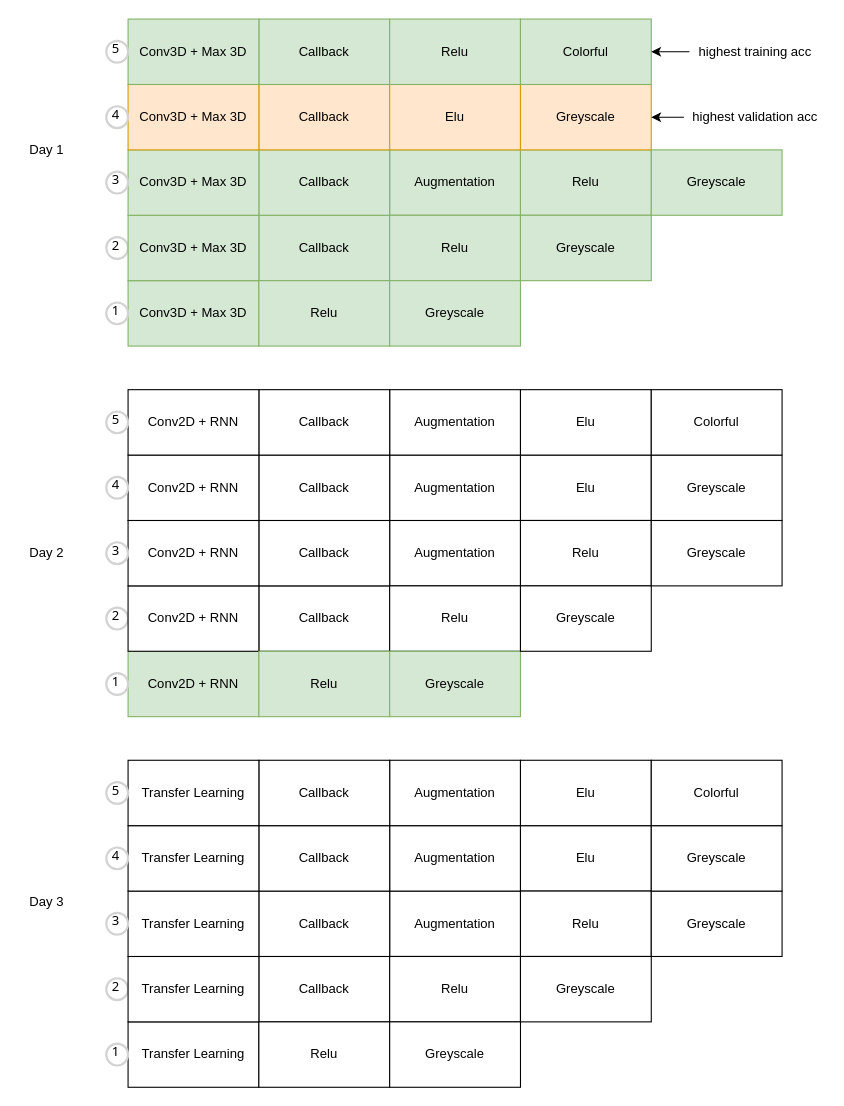
This is progress.drawio from Gaahou/MMAI-894-Team-College, a draw.io file, before an edit. Source tidied: cells renumbered, new cells numbered last; positions are measured from the earlier drawing's top-left corner, leaving out a move shared by most shapes. Both pictures are drawn from the tidied source at 109%, with x=0, y=0 at pixel (19, 19).
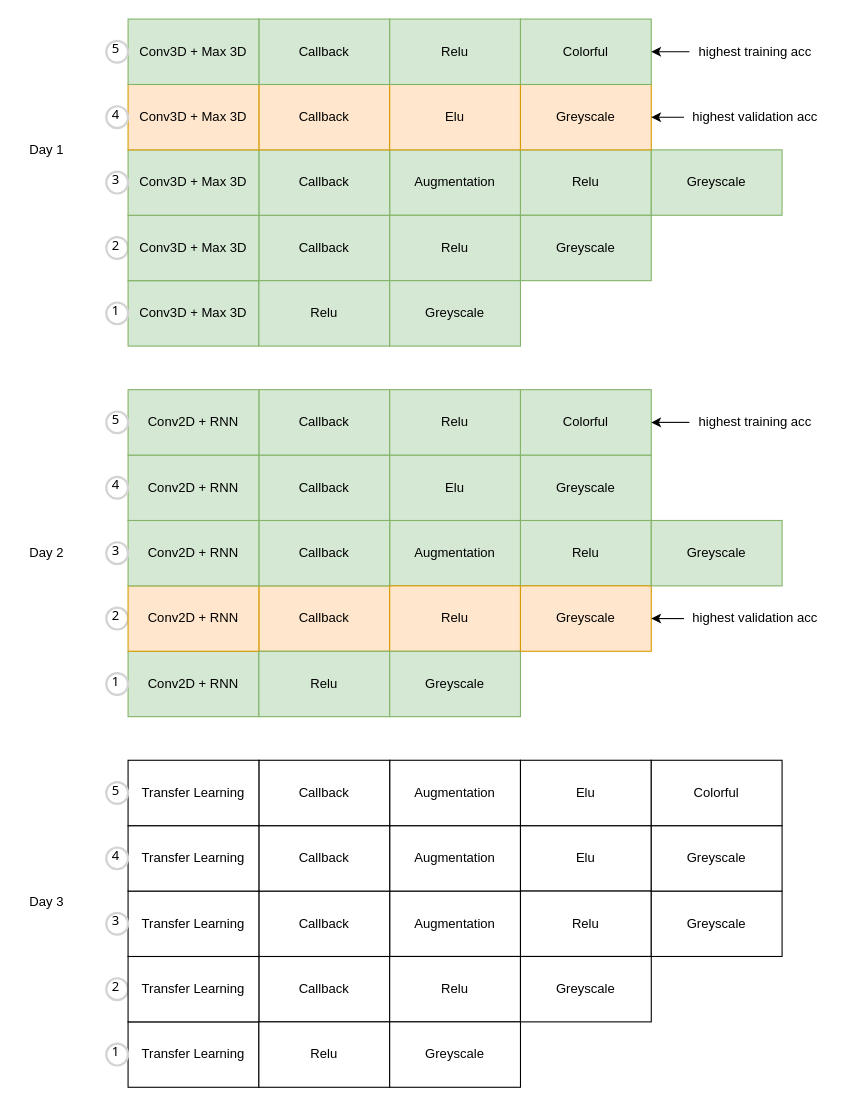
The same diagram, later.

Change to the diagram source:
```diff
@@
-    <mxCell id="28" value="Callback" style="rounded=0;whiteSpace=wrap;html=1;" parent="1" vertex="1">
+    <mxCell id="28" value="Callback" style="rounded=0;whiteSpace=wrap;html=1;fillColor=#ffe6cc;strokeColor=#d79b00;" parent="1" vertex="1">
       <mxGeometry x="220" y="520" width="120" height="60" as="geometry" />
     </mxCell>
-    <mxCell id="29" value="Augmentation" style="rounded=0;whiteSpace=wrap;html=1;" parent="1" vertex="1">
+    <mxCell id="29" value="Augmentation" style="rounded=0;whiteSpace=wrap;html=1;fillColor=#d5e8d4;strokeColor=#82b366;" parent="1" vertex="1">
       <mxGeometry x="340" y="460" width="120" height="60" as="geometry" />
     </mxCell>
-    <mxCell id="30" value="Callback" style="rounded=0;whiteSpace=wrap;html=1;" parent="1" vertex="1">
+    <mxCell id="30" value="Callback" style="rounded=0;whiteSpace=wrap;html=1;fillColor=#d5e8d4;strokeColor=#82b366;" parent="1" vertex="1">
       <mxGeometry x="220" y="460" width="120" height="60" as="geometry" />
     </mxCell>
@@
-    <mxCell id="33" value="Conv2D + RNN" style="rounded=0;whiteSpace=wrap;html=1;" parent="1" vertex="1">
+    <mxCell id="33" value="Conv2D + RNN" style="rounded=0;whiteSpace=wrap;html=1;fillColor=#ffe6cc;strokeColor=#d79b00;" parent="1" vertex="1">
       <mxGeometry x="100" y="520" width="120" height="60" as="geometry" />
     </mxCell>
-    <mxCell id="34" value="Conv2D + RNN" style="rounded=0;whiteSpace=wrap;html=1;" parent="1" vertex="1">
+    <mxCell id="34" value="Conv2D + RNN" style="rounded=0;whiteSpace=wrap;html=1;fillColor=#d5e8d4;strokeColor=#82b366;" parent="1" vertex="1">
       <mxGeometry x="100" y="460" width="120" height="60" as="geometry" />
     </mxCell>
@@
-    <mxCell id="36" value="Augmentation" style="rounded=0;whiteSpace=wrap;html=1;" parent="1" vertex="1">
-      <mxGeometry x="340" y="400" width="120" height="60" as="geometry" />
-    </mxCell>
-    <mxCell id="37" value="Callback" style="rounded=0;whiteSpace=wrap;html=1;" parent="1" vertex="1">
+    <mxCell id="37" value="Callback" style="rounded=0;whiteSpace=wrap;html=1;fillColor=#d5e8d4;strokeColor=#82b366;" parent="1" vertex="1">
       <mxGeometry x="220" y="400" width="120" height="60" as="geometry" />
     </mxCell>
-    <mxCell id="38" value="Conv2D + RNN" style="rounded=0;whiteSpace=wrap;html=1;" parent="1" vertex="1">
+    <mxCell id="38" value="Conv2D + RNN" style="rounded=0;whiteSpace=wrap;html=1;fillColor=#d5e8d4;strokeColor=#82b366;" parent="1" vertex="1">
       <mxGeometry x="100" y="400" width="120" height="60" as="geometry" />
     </mxCell>
-    <mxCell id="39" value="Elu" style="rounded=0;whiteSpace=wrap;html=1;" parent="1" vertex="1">
-      <mxGeometry x="460" y="400" width="120" height="60" as="geometry" />
+    <mxCell id="39" value="Elu" style="rounded=0;whiteSpace=wrap;html=1;fillColor=#d5e8d4;strokeColor=#82b366;" parent="1" vertex="1">
+      <mxGeometry x="340" y="400" width="120" height="60" as="geometry" />
     </mxCell>
@@
-    <mxCell id="41" value="Relu" style="rounded=0;whiteSpace=wrap;html=1;" parent="1" vertex="1">
+    <mxCell id="41" value="Relu" style="rounded=0;whiteSpace=wrap;html=1;fillColor=#ffe6cc;strokeColor=#d79b00;" parent="1" vertex="1">
       <mxGeometry x="340" y="520" width="120" height="60" as="geometry" />
     </mxCell>
-    <mxCell id="42" value="Relu" style="rounded=0;whiteSpace=wrap;html=1;" parent="1" vertex="1">
+    <mxCell id="42" value="Relu" style="rounded=0;whiteSpace=wrap;html=1;fillColor=#d5e8d4;strokeColor=#82b366;" parent="1" vertex="1">
       <mxGeometry x="460" y="460" width="120" height="60" as="geometry" />
     </mxCell>
@@
-    <mxCell id="45" value="Greyscale" style="rounded=0;whiteSpace=wrap;html=1;" parent="1" vertex="1">
+    <mxCell id="45" value="Greyscale" style="rounded=0;whiteSpace=wrap;html=1;fillColor=#ffe6cc;strokeColor=#d79b00;" parent="1" vertex="1">
       <mxGeometry x="460" y="520" width="120" height="60" as="geometry" />
     </mxCell>
-    <mxCell id="46" value="Greyscale" style="rounded=0;whiteSpace=wrap;html=1;" parent="1" vertex="1">
+    <mxCell id="46" value="Greyscale" style="rounded=0;whiteSpace=wrap;html=1;fillColor=#d5e8d4;strokeColor=#82b366;" parent="1" vertex="1">
       <mxGeometry x="580" y="460" width="120" height="60" as="geometry" />
     </mxCell>
-    <mxCell id="47" value="Greyscale" style="rounded=0;whiteSpace=wrap;html=1;" parent="1" vertex="1">
-      <mxGeometry x="580" y="400" width="120" height="60" as="geometry" />
+    <mxCell id="47" value="Greyscale" style="rounded=0;whiteSpace=wrap;html=1;fillColor=#d5e8d4;strokeColor=#82b366;" parent="1" vertex="1">
+      <mxGeometry x="460" y="400" width="120" height="60" as="geometry" />
     </mxCell>
-    <mxCell id="48" value="Augmentation" style="rounded=0;whiteSpace=wrap;html=1;" parent="1" vertex="1">
-      <mxGeometry x="340" y="340" width="120" height="60" as="geometry" />
-    </mxCell>
-    <mxCell id="49" value="Callback" style="rounded=0;whiteSpace=wrap;html=1;" parent="1" vertex="1">
+    <mxCell id="49" value="Callback" style="rounded=0;whiteSpace=wrap;html=1;fillColor=#d5e8d4;strokeColor=#82b366;" parent="1" vertex="1">
       <mxGeometry x="220" y="340" width="120" height="60" as="geometry" />
     </mxCell>
-    <mxCell id="50" value="Conv2D + RNN" style="rounded=0;whiteSpace=wrap;html=1;" parent="1" vertex="1">
+    <mxCell id="50" value="Conv2D + RNN" style="rounded=0;whiteSpace=wrap;html=1;fillColor=#d5e8d4;strokeColor=#82b366;" parent="1" vertex="1">
       <mxGeometry x="100" y="340" width="120" height="60" as="geometry" />
     </mxCell>
-    <mxCell id="51" value="Elu" style="rounded=0;whiteSpace=wrap;html=1;" parent="1" vertex="1">
-      <mxGeometry x="460" y="340" width="120" height="60" as="geometry" />
+    <mxCell id="51" value="Relu" style="rounded=0;whiteSpace=wrap;html=1;fillColor=#d5e8d4;strokeColor=#82b366;" parent="1" vertex="1">
+      <mxGeometry x="340" y="340" width="120" height="60" as="geometry" />
     </mxCell>
-    <mxCell id="52" value="Colorful" style="rounded=0;whiteSpace=wrap;html=1;" parent="1" vertex="1">
-      <mxGeometry x="580" y="340" width="120" height="60" as="geometry" />
+    <mxCell id="52" value="Colorful" style="rounded=0;whiteSpace=wrap;html=1;fillColor=#d5e8d4;strokeColor=#82b366;" parent="1" vertex="1">
+      <mxGeometry x="460" y="340" width="120" height="60" as="geometry" />
     </mxCell>
@@
+    <mxCell id="88" style="edgeStyle=orthogonalEdgeStyle;rounded=0;jettySize=auto;html=1;" parent="1" edge="1" source="89">
+      <mxGeometry relative="1" as="geometry">
+        <mxPoint x="580" y="550" as="targetPoint" />
+      </mxGeometry>
+    </mxCell>
+    <mxCell id="89" value="highest validation acc" style="text;html=1;align=center;verticalAlign=middle;points=[];strokeColor=none;fillColor=none;" parent="1" vertex="1">
+      <mxGeometry x="610" y="540" width="130" height="20" as="geometry" />
+    </mxCell>
+    <mxCell id="90" style="edgeStyle=orthogonalEdgeStyle;rounded=0;jettySize=auto;html=1;entryX=1;entryY=0.5;entryDx=0;entryDy=0;" parent="1" edge="1" source="91">
+      <mxGeometry relative="1" as="geometry">
+        <mxPoint x="580" y="370" as="targetPoint" />
+      </mxGeometry>
+    </mxCell>
+    <mxCell id="91" value="highest training acc" style="text;html=1;align=center;verticalAlign=middle;points=[];strokeColor=none;fillColor=none;" parent="1" vertex="1">
+      <mxGeometry x="615" y="360" width="120" height="20" as="geometry" />
+    </mxCell>
```
